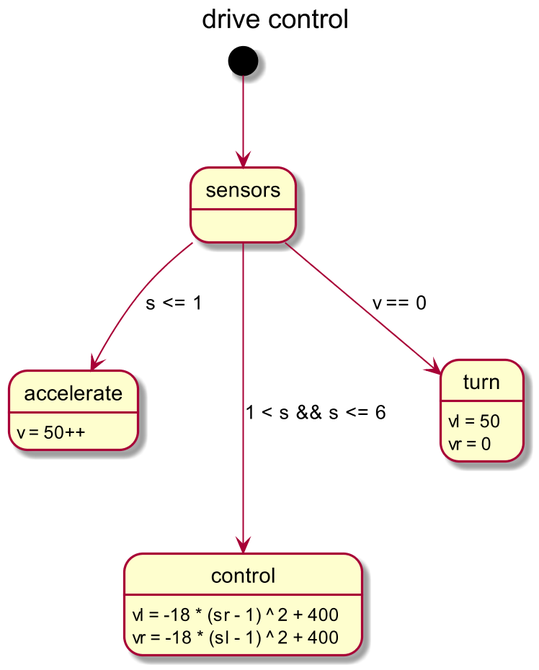
The PlantUML diagram Zumo/Zumo_drive_control.png in orje/Zumo_QM_QPnano, before a commit.
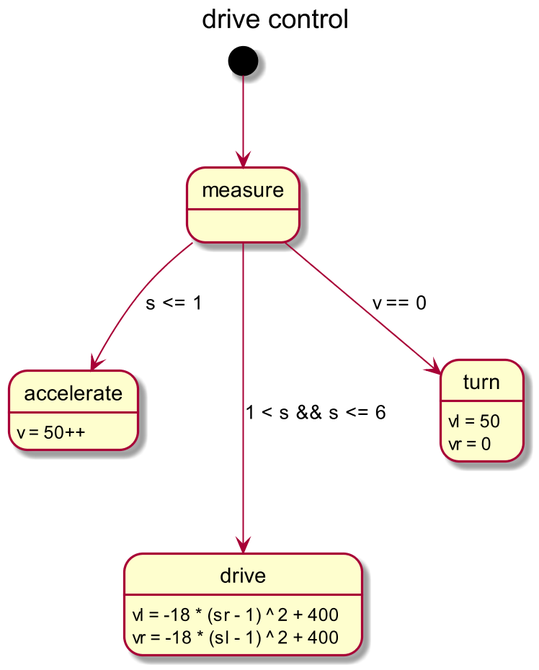
The same file after the commit.

What changed in the source:
```diff
@@ -4,13 +4,13 @@
 
 title drive control
 
-[*] -down-> sensors
-sensors -down-> accelerate : s <= 1
+[*] -down-> measure
+measure -down-> accelerate : s <= 1
 accelerate : v = 50++
-sensors --down-> control : 1 < s && s <= 6
-control : vl = -18 * (sr - 1) ^ 2 + 400
-control : vr = -18 * (sl - 1) ^ 2 + 400
-sensors -down-> turn : v == 0
+measure --down-> drive : 1 < s && s <= 6
+drive : vl = -18 * (sr - 1) ^ 2 + 400
+drive : vr = -18 * (sl - 1) ^ 2 + 400
+measure -down-> turn : v == 0
 turn : vl = 50
 turn : vr = 0
 @enduml
```
